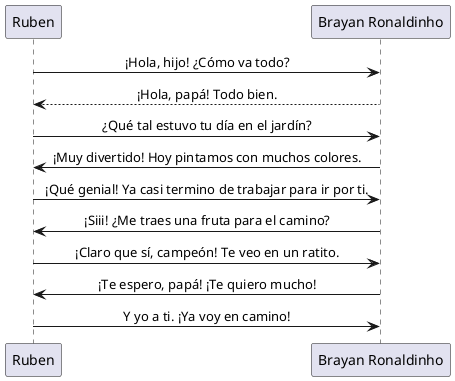
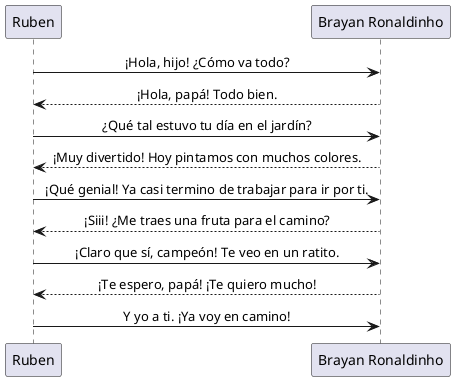
@startuml
skinparam sequenceMessageAlign center
skinparam responseMessageColor #2B547E
skinparam NoteBackgroundColor #FEFECE

Ruben -> "Brayan Ronaldinho": ¡Hola, hijo! ¿Cómo va todo?
"Brayan Ronaldinho" --> Ruben: ¡Hola, papá! Todo bien.
Ruben -> "Brayan Ronaldinho": ¿Qué tal estuvo tu día en el jardín?
- "Brayan Ronaldinho" -> Ruben: ¡Muy divertido! Hoy pintamos con muchos colores.
+ "Brayan Ronaldinho" --> Ruben: ¡Muy divertido! Hoy pintamos con muchos colores.
Ruben -> "Brayan Ronaldinho": ¡Qué genial! Ya casi termino de trabajar para ir por ti.
- "Brayan Ronaldinho" -> Ruben: ¡Siii! ¿Me traes una fruta para el camino?
+ "Brayan Ronaldinho" --> Ruben: ¡Siii! ¿Me traes una fruta para el camino?
Ruben -> "Brayan Ronaldinho": ¡Claro que sí, campeón! Te veo en un ratito.
- "Brayan Ronaldinho" -> Ruben: ¡Te espero, papá! ¡Te quiero mucho!
+ "Brayan Ronaldinho" --> Ruben: ¡Te espero, papá! ¡Te quiero mucho!
Ruben -> "Brayan Ronaldinho": Y yo a ti. ¡Ya voy en camino!
@enduml